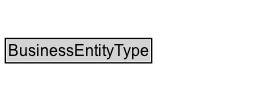
The Graphviz diagram docs/diagrams/BusinessEntityType.dot.png in k-vaughn/ontology-import-gr, before a commit. Its source is kept beside it as docs/diagrams/BusinessEntityType.dot.
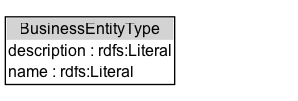
After the commit.

What changed in the source:
```diff
@@ -2,7 +2,10 @@
 	graph [overlap=false rankdir=TB splines=true]
 	node [fontname=Arial fontsize=12 margin=0 shape=none]
 	edge [fontname=Arial fontsize=11]
-	BusinessEntityType [label=<<TABLE BORDER="1" CELLBORDER="0" CELLSPACING="0" CELLPADDING="1"><TR><TD BGCOLOR="lightgray" ALIGN="CENTER">BusinessEntityType</TD></TR></TABLE>> URL="../BusinessEntityType" margin=0]
+	{
+		rank=source
+	}
+	BusinessEntityType [label=<<TABLE BORDER="1" CELLBORDER="0" CELLSPACING="0" CELLPADDING="1"><TR><TD BGCOLOR="lightgray" ALIGN="CENTER">BusinessEntityType</TD></TR><TR><TD ALIGN="LEFT">description : rdfs:Literal</TD></TR><TR><TD ALIGN="LEFT">name : rdfs:Literal</TD></TR></TABLE>> URL="../BusinessEntityType" margin=0]
 	{
 		rank=max
 	}
```
